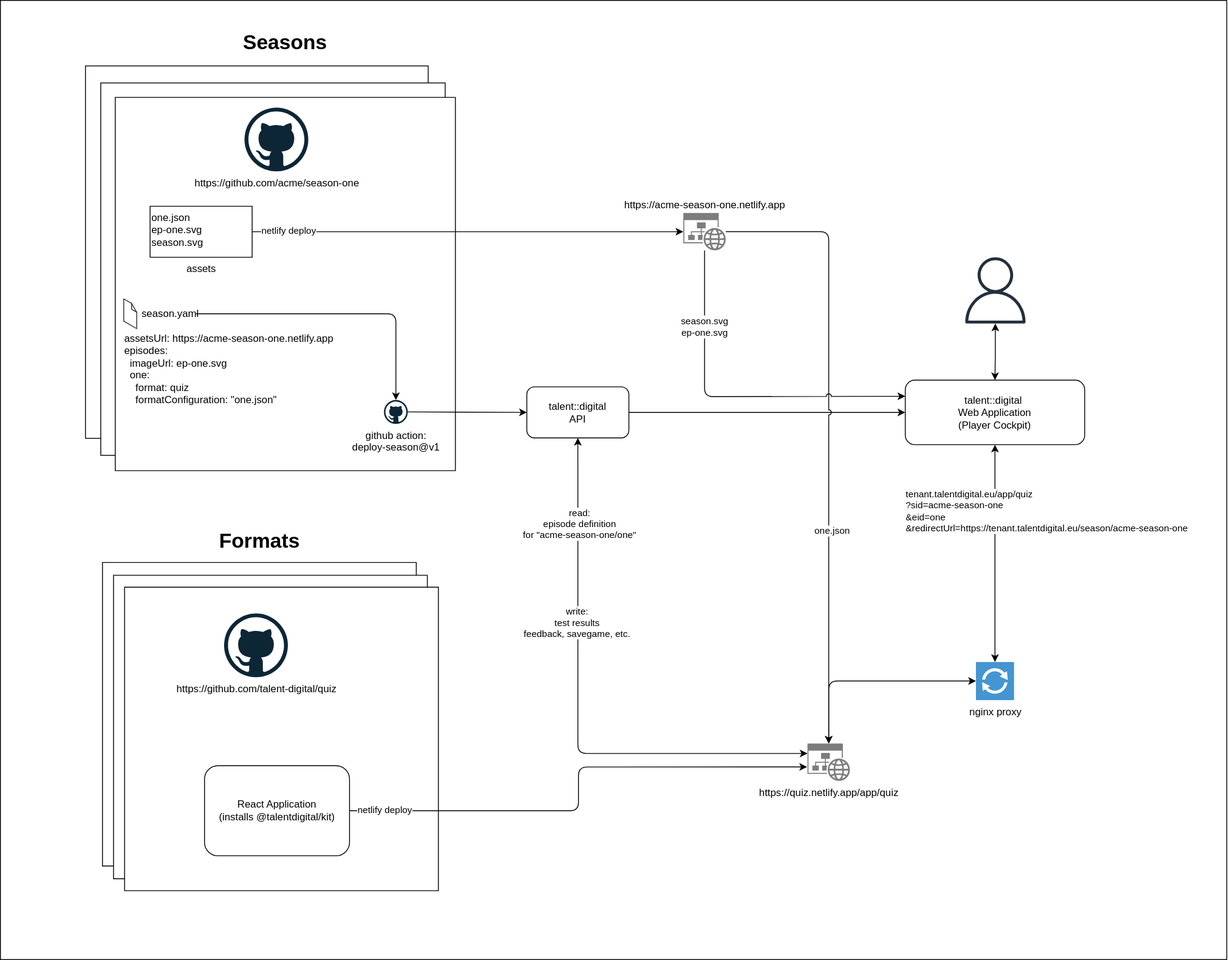
This is docs/assets/talent-digital.platform.drawio.svg from talent-digital/talentkit, a draw.io export, as it was before one commit. Source tidied: cells renumbered, new cells last; positions are measured from the earlier drawing's top-left corner, leaving out a move shared by most shapes.
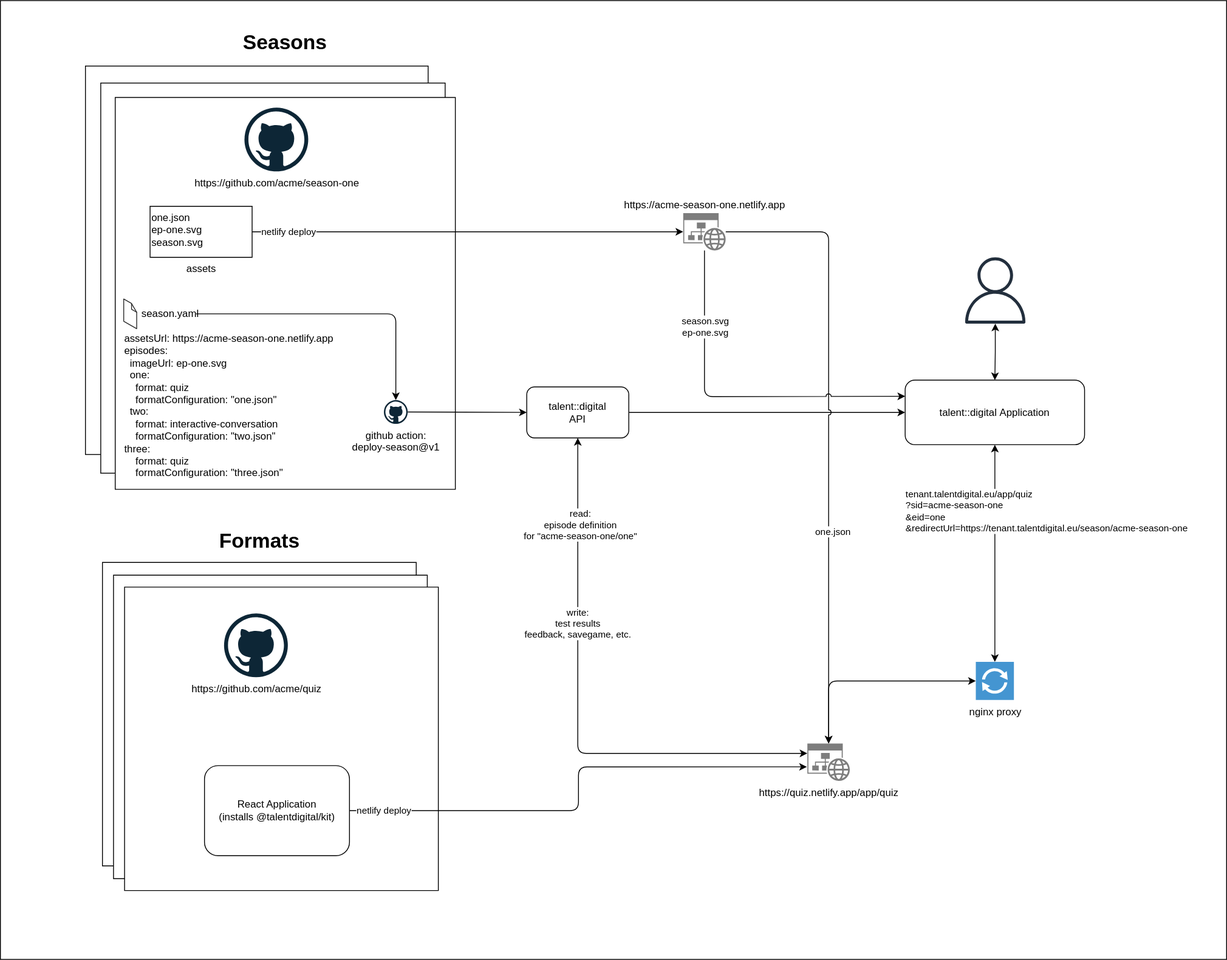
Above is the later version.

Change to the diagram source:
```diff
@@ -12,19 +12,19 @@
       <mxGeometry x="133" y="676" width="369" height="357" as="geometry" />
     </mxCell>
     <mxCell id="5" style="rounded=0;whiteSpace=wrap;html=1;" parent="1" vertex="1">
-      <mxGeometry x="100" y="77" width="403" height="438" as="geometry" />
+      <mxGeometry x="100" y="77" width="403" height="457" as="geometry" />
     </mxCell>
     <mxCell id="6" style="rounded=0;whiteSpace=wrap;html=1;" parent="1" vertex="1">
-      <mxGeometry x="118" y="97" width="405" height="438" as="geometry" />
+      <mxGeometry x="118" y="97" width="405" height="459" as="geometry" />
     </mxCell>
     <mxCell id="7" style="verticalLabelPosition=bottom;verticalAlign=top;html=1;shape=mxgraph.basic.rect;fillColor2=none;strokeWidth=1;size=20;indent=5;rounded=1;" parent="1" vertex="1">
       <mxGeometry x="146" y="690" width="369" height="357" as="geometry" />
     </mxCell>
     <mxCell id="8" value="t" style="group;rounded=1;" parent="1" vertex="1">
-      <mxGeometry x="135" y="114" width="400" height="439" as="geometry" />
+      <mxGeometry x="135" y="114" width="400" height="461" as="geometry" />
     </mxCell>
     <mxCell id="9" style="verticalLabelPosition=bottom;verticalAlign=top;html=1;shape=mxgraph.basic.rect;fillColor2=none;strokeWidth=1;size=20;indent=5;rounded=1;" parent="8" vertex="1">
-      <mxGeometry width="400" height="439" as="geometry" />
+      <mxGeometry width="400" height="461" as="geometry" />
     </mxCell>
     <mxCell id="10" value="https://github.com/acme/season-one" style="dashed=0;html=1;align=center;labelPosition=center;verticalLabelPosition=bottom;verticalAlign=top;shape=mxgraph.weblogos.github;rounded=1;" parent="8" vertex="1">
       <mxGeometry x="152" y="12" width="75" height="75" as="geometry" />
@@ -38,8 +38,8 @@
     <mxCell id="13" style="verticalLabelPosition=bottom;html=1;verticalAlign=top;strokeWidth=1;align=center;dashed=0;shape=mxgraph.aws3d.file;strokeColor=#292929;" parent="8" vertex="1">
       <mxGeometry x="10" y="237" width="15.3" height="35" as="geometry" />
     </mxCell>
-    <mxCell id="14" value="assetsUrl:&amp;nbsp;https://acme-season-one.netlify.app&lt;br&gt;episodes:&lt;br&gt;&amp;nbsp; imageUrl: ep-one.svg&lt;br&gt;&amp;nbsp; one:&lt;br&gt;&lt;span style=&quot;&quot;&gt;&lt;/span&gt;&lt;span style=&quot;&quot;&gt;&lt;/span&gt;&amp;nbsp; &amp;nbsp; format: quiz&lt;br style=&quot;border-color: var(--border-color);&quot;&gt;&amp;nbsp; &amp;nbsp; formatConfiguration: &quot;one.json&quot;" style="text;html=1;strokeColor=none;fillColor=none;align=left;verticalAlign=top;whiteSpace=wrap;rounded=0;" parent="8" vertex="1">
-      <mxGeometry x="9" y="269.5" width="299" height="111.5" as="geometry" />
+    <mxCell id="14" value="assetsUrl:&amp;nbsp;https://acme-season-one.netlify.app&lt;br&gt;episodes:&lt;br&gt;&amp;nbsp; imageUrl: ep-one.svg&lt;br&gt;&amp;nbsp; one:&lt;br&gt;&lt;span style=&quot;&quot;&gt;&lt;/span&gt;&lt;span style=&quot;&quot;&gt;&lt;/span&gt;&amp;nbsp; &amp;nbsp; format: quiz&lt;br style=&quot;border-color: var(--border-color);&quot;&gt;&amp;nbsp; &amp;nbsp; formatConfiguration: &quot;one.json&quot;&lt;br&gt;&amp;nbsp; two:&lt;br&gt;&amp;nbsp; &amp;nbsp; format:&amp;nbsp;interactive-conversation&lt;br&gt;&amp;nbsp; &amp;nbsp; formatConfiguration: &quot;two.json&quot;&lt;br&gt;three:&lt;br style=&quot;border-color: var(--border-color);&quot;&gt;&lt;span style=&quot;border-color: var(--border-color);&quot;&gt;&lt;/span&gt;&amp;nbsp; &amp;nbsp; format: quiz&lt;br style=&quot;border-color: var(--border-color);&quot;&gt;&amp;nbsp; &amp;nbsp; formatConfiguration: &quot;three.json&quot;" style="text;html=1;strokeColor=none;fillColor=none;align=left;verticalAlign=top;whiteSpace=wrap;rounded=0;" parent="8" vertex="1">
+      <mxGeometry x="9" y="269.5" width="299" height="188.5" as="geometry" />
     </mxCell>
     <mxCell id="15" value="github action:&lt;br style=&quot;border-color: var(--border-color);&quot;&gt;deploy-season@v1" style="dashed=0;outlineConnect=0;html=1;align=center;labelPosition=center;verticalLabelPosition=bottom;verticalAlign=top;shape=mxgraph.weblogos.github;rounded=1;" parent="8" vertex="1">
       <mxGeometry x="316" y="356" width="28" height="28" as="geometry" />
@@ -69,7 +69,7 @@
         <mxPoint x="-22" y="-1" as="offset" />
       </mxGeometry>
     </mxCell>
-    <mxCell id="23" value="https://github.com/talent-digital/quiz" style="dashed=0;html=1;align=center;labelPosition=center;verticalLabelPosition=bottom;verticalAlign=top;shape=mxgraph.weblogos.github;rounded=1;" parent="1" vertex="1">
+    <mxCell id="23" value="https://github.com/acme/quiz" style="dashed=0;html=1;align=center;labelPosition=center;verticalLabelPosition=bottom;verticalAlign=top;shape=mxgraph.weblogos.github;rounded=1;" parent="1" vertex="1">
       <mxGeometry x="263" y="721" width="75" height="75" as="geometry" />
     </mxCell>
     <mxCell id="24" value="React Application&lt;br&gt;(installs @talentdigital/kit)" style="rounded=1;whiteSpace=wrap;html=1;" parent="1" vertex="1">
@@ -83,7 +83,7 @@
         <mxPoint x="-112" y="-80" as="offset" />
       </mxGeometry>
     </mxCell>
-    <mxCell id="27" value="talent::digital&amp;nbsp;&lt;br&gt;Web Application&lt;br&gt;(Player Cockpit)" style="rounded=1;whiteSpace=wrap;html=1;" parent="1" vertex="1">
+    <mxCell id="27" value="talent::digital&amp;nbsp;Application" style="rounded=1;whiteSpace=wrap;html=1;" parent="1" vertex="1">
       <mxGeometry x="1064" y="446.5" width="211" height="76" as="geometry" />
     </mxCell>
     <mxCell id="28" style="edgeStyle=orthogonalEdgeStyle;comic=0;jumpStyle=arc;jumpSize=15;jettySize=auto;elbow=vertical;html=1;shadow=0;rounded=1;startArrow=classic;startFill=1;" parent="1" edge="1" source="36" target="35">
```
